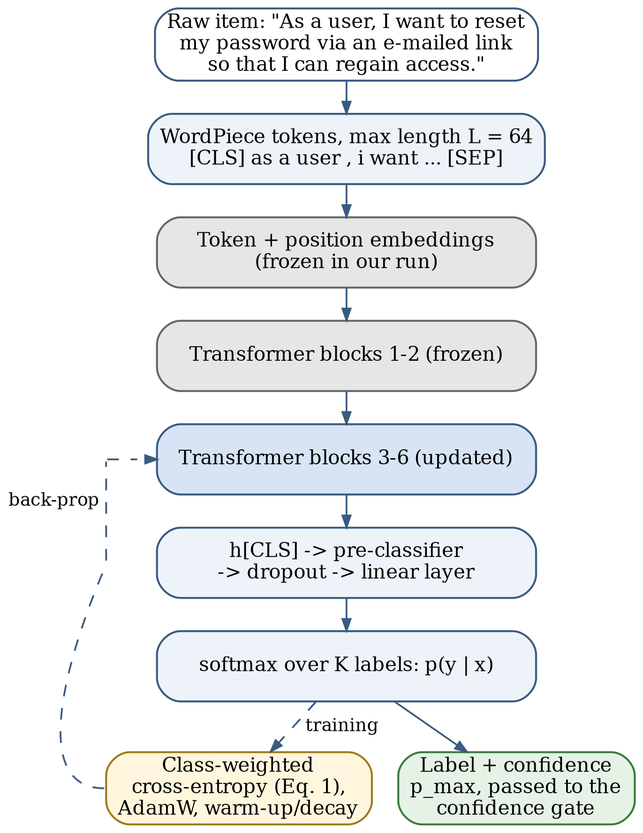
Above: work/figs/fig2_finetune.png in RezZup/tearmpaper (Graphviz), before the change. Its source is kept beside it as work/figs/fig2_finetune.dot. The source it was exported from:
```dot
digraph G {
  graph [rankdir=TB, fontname="Times-Roman", fontsize=10, nodesep=0.18, ranksep=0.17, pad=0.06, dpi=300];
  node  [shape=box, style="rounded,filled", fontname="Times-Roman", fontsize=10, fillcolor="#EEF3FA", color="#3A5A80", margin="0.08,0.03", width=2.7];
  edge  [color="#3A5A80", arrowsize=0.6, penwidth=0.9];
  inp  [label="Raw item: \"As a user, I want to reset\nmy password via an e-mailed link\nso that I can regain access.\"", fillcolor="#FFFFFF"];
  tok  [label="WordPiece tokens, max length L = 64\n[CLS] as a user , i want ... [SEP]"];
  emb  [label="Token + position embeddings\n(frozen in our run)", fillcolor="#E6E6E6", color="#666666"];
  low  [label="Transformer blocks 1-2 (frozen)", fillcolor="#E6E6E6", color="#666666"];
  up   [label="Transformer blocks 3-6 (updated)", fillcolor="#D6E4F5"];
  cls  [label="h[CLS] -> pre-classifier\n-> dropout -> linear layer"];
  sm   [label="softmax over K labels: p(y | x)"];
  loss [label="Class-weighted\ncross-entropy (Eq. 1),\nAdamW, warm-up/decay", fillcolor="#FFF6DD", color="#9C7A1E", width=1.45];
  out  [label="Label + confidence\np_max, passed to the\nconfidence gate", fillcolor="#E5F2E5", color="#3C7A3C", width=1.45];
  inp -> tok -> emb -> low -> up -> cls -> sm;
  sm -> out;
  {rank=same; loss; out;}
  sm -> loss [label=" training", fontname="Times-Roman", fontsize=9, style=dashed];
  node [shape=point, width=0.01, height=0.01, label="", style=invis];
  w1; w2;
  {rank=same; w1; up;}
  {rank=same; w2; cls;}
  w1 -> up [style=invis]; w2 -> cls [style=invis];
  loss:w -> w2 [style=dashed, dir=none];
  w2 -> w1 [style=dashed, dir=none, xlabel="back-prop ", fontname="Times-Roman", fontsize=9];
  w1 -> up:w [style=dashed, constraint=false];
}
```
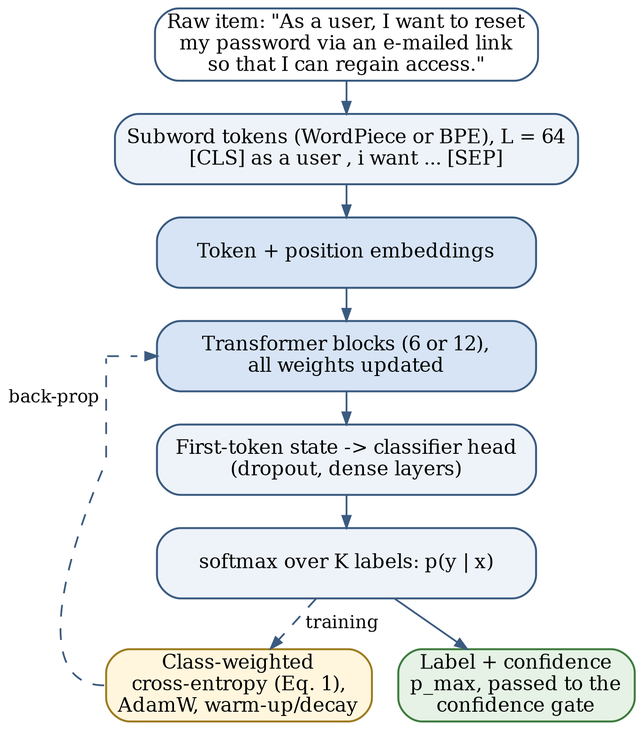
After the commit.

What changed in the source:
```diff
@@ -3,15 +3,14 @@
   node  [shape=box, style="rounded,filled", fontname="Times-Roman", fontsize=10, fillcolor="#EEF3FA", color="#3A5A80", margin="0.08,0.03", width=2.7];
   edge  [color="#3A5A80", arrowsize=0.6, penwidth=0.9];
   inp  [label="Raw item: \"As a user, I want to reset\nmy password via an e-mailed link\nso that I can regain access.\"", fillcolor="#FFFFFF"];
-  tok  [label="WordPiece tokens, max length L = 64\n[CLS] as a user , i want ... [SEP]"];
-  emb  [label="Token + position embeddings\n(frozen in our run)", fillcolor="#E6E6E6", color="#666666"];
-  low  [label="Transformer blocks 1-2 (frozen)", fillcolor="#E6E6E6", color="#666666"];
-  up   [label="Transformer blocks 3-6 (updated)", fillcolor="#D6E4F5"];
-  cls  [label="h[CLS] -> pre-classifier\n-> dropout -> linear layer"];
+  tok  [label="Subword tokens (WordPiece or BPE), L = 64\n[CLS] as a user , i want ... [SEP]"];
+  emb  [label="Token + position embeddings", fillcolor="#D6E4F5"];
+    up   [label="Transformer blocks (6 or 12),\nall weights updated", fillcolor="#D6E4F5"];
+  cls  [label="First-token state -> classifier head\n(dropout, dense layers)"];
   sm   [label="softmax over K labels: p(y | x)"];
   loss [label="Class-weighted\ncross-entropy (Eq. 1),\nAdamW, warm-up/decay", fillcolor="#FFF6DD", color="#9C7A1E", width=1.45];
   out  [label="Label + confidence\np_max, passed to the\nconfidence gate", fillcolor="#E5F2E5", color="#3C7A3C", width=1.45];
-  inp -> tok -> emb -> low -> up -> cls -> sm;
+  inp -> tok -> emb -> up -> cls -> sm;
   sm -> out;
   {rank=same; loss; out;}
   sm -> loss [label=" training", fontname="Times-Roman", fontsize=9, style=dashed];
```
